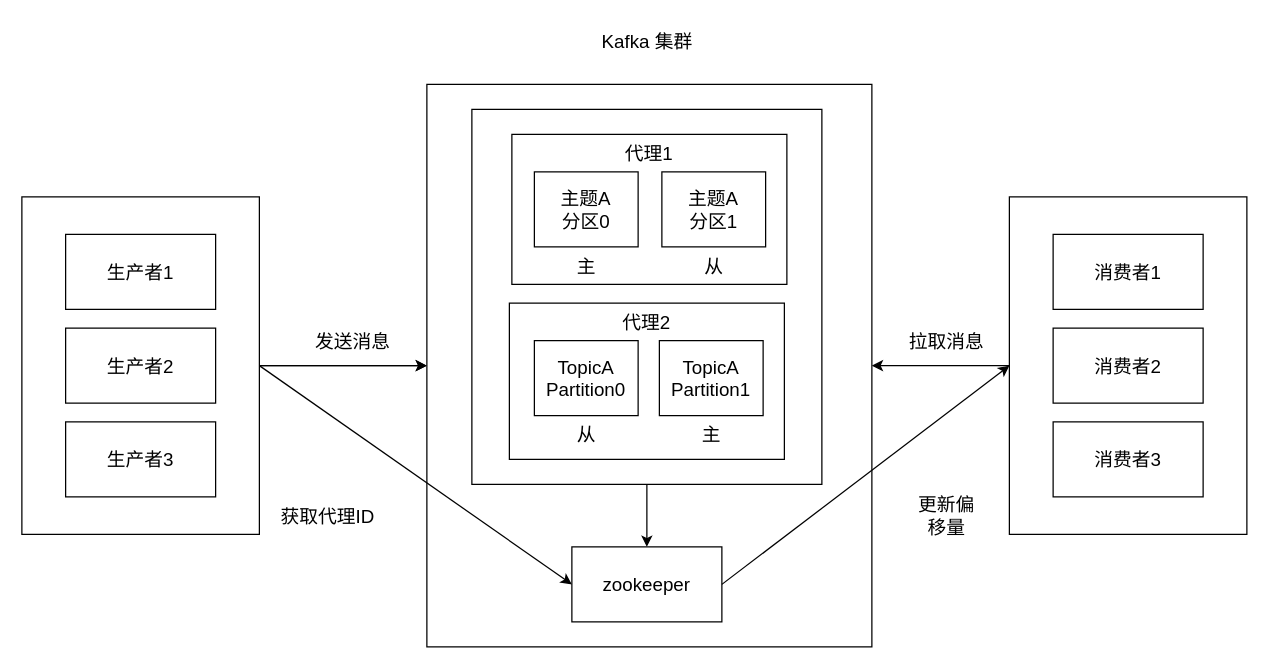
Earlier version of the draw.io diagram 未命名绘图.drawio (Diend-7/-). Source tidied: cells renumbered, new cells numbered last; positions are measured from the earlier drawing's top-left corner, leaving out a move shared by most shapes. Both pictures are drawn from the tidied source at 125%, with x=0, y=0 at pixel (21, 21).
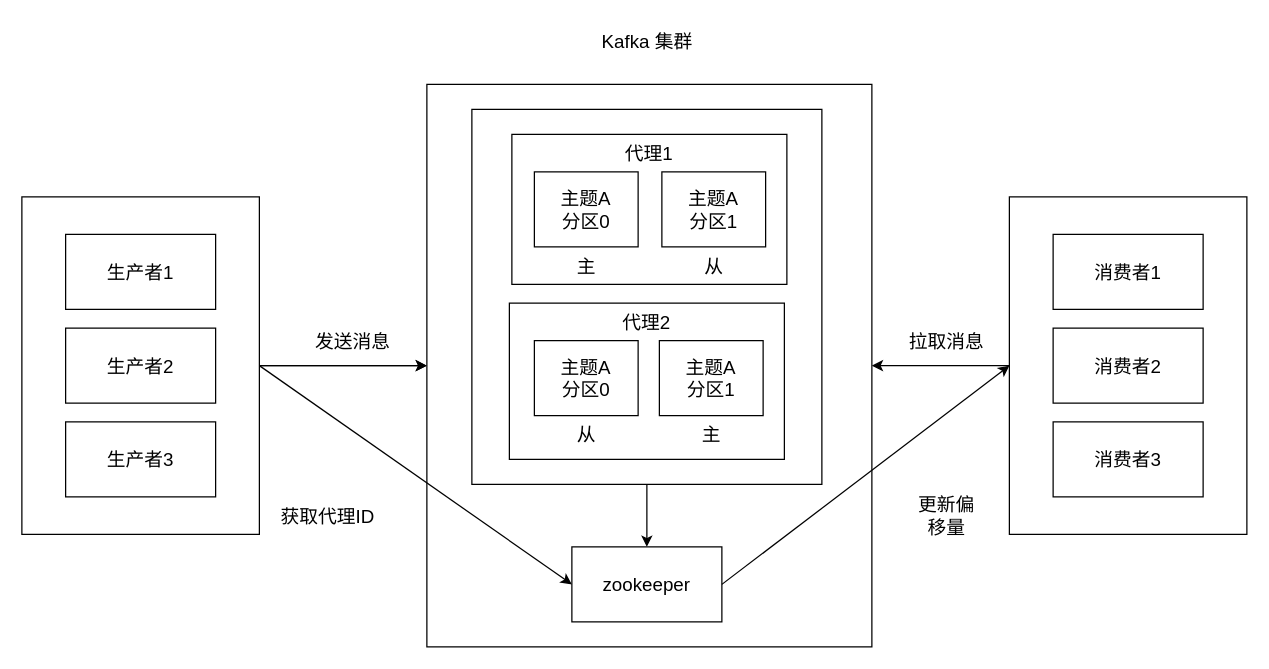
The same diagram, later.

Commit message:
更新未命名绘图.drawio

Diff of the diagram source:
```diff
@@
-    <mxCell id="24" value="TopicA&lt;br style=&quot;font-size: 15px;&quot;&gt;Partition0" style="rounded=0;whiteSpace=wrap;html=1;fontSize=15;" parent="1" vertex="1">
+    <mxCell id="24" value="主题A&lt;br&gt;分区0" style="rounded=0;whiteSpace=wrap;html=1;fontSize=15;" parent="1" vertex="1">
       <mxGeometry x="410" y="255" width="83" height="60" as="geometry" />
     </mxCell>
-    <mxCell id="25" value="TopicA&lt;br style=&quot;font-size: 15px;&quot;&gt;Partition1" style="rounded=0;whiteSpace=wrap;html=1;fontSize=15;" parent="1" vertex="1">
+    <mxCell id="25" value="主题A&lt;br&gt;分区1" style="rounded=0;whiteSpace=wrap;html=1;fontSize=15;" parent="1" vertex="1">
       <mxGeometry x="510" y="255" width="83" height="60" as="geometry" />
     </mxCell>
```
